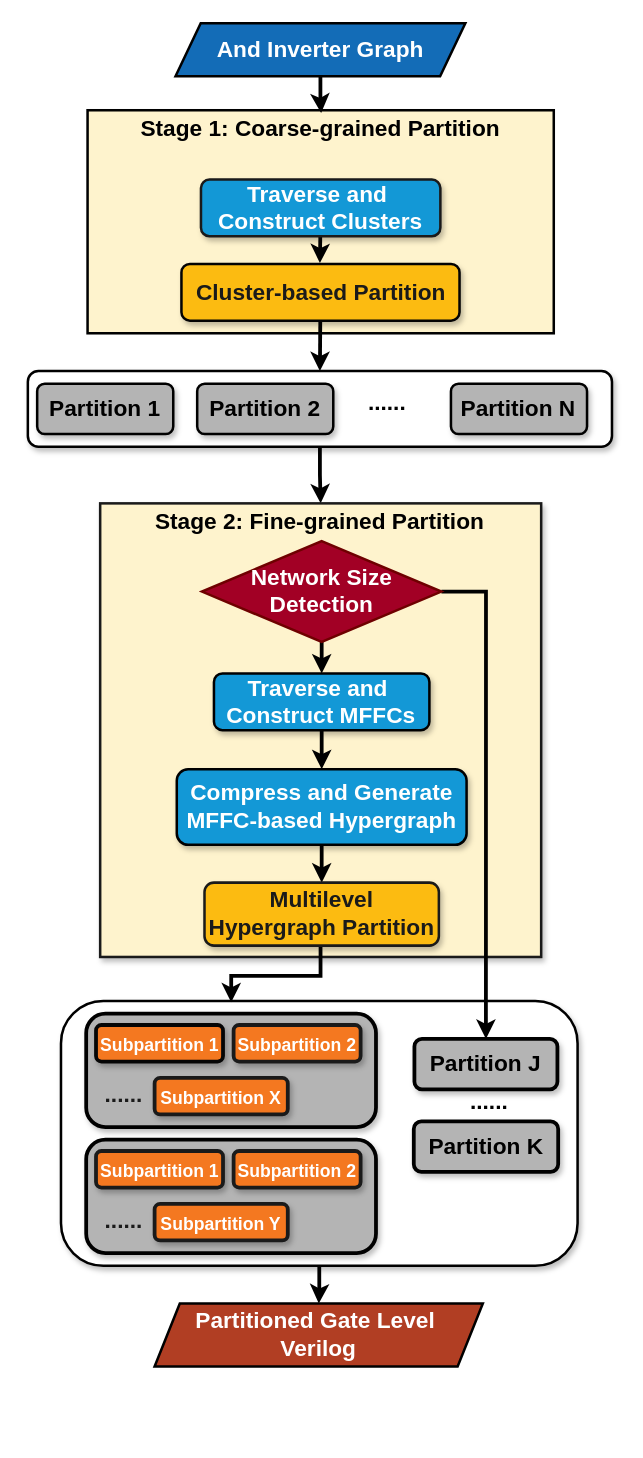
The draw.io diagram PartitionFlow.drawio in kxzhu0505/LogicSynOpt, before the edit. Source tidied: cells renumbered, new cells numbered last; positions are measured from the earlier drawing's top-left corner, leaving out a move shared by most shapes. Both pictures are drawn from the tidied source at 126%, with x=0, y=0 at pixel (28, 23).
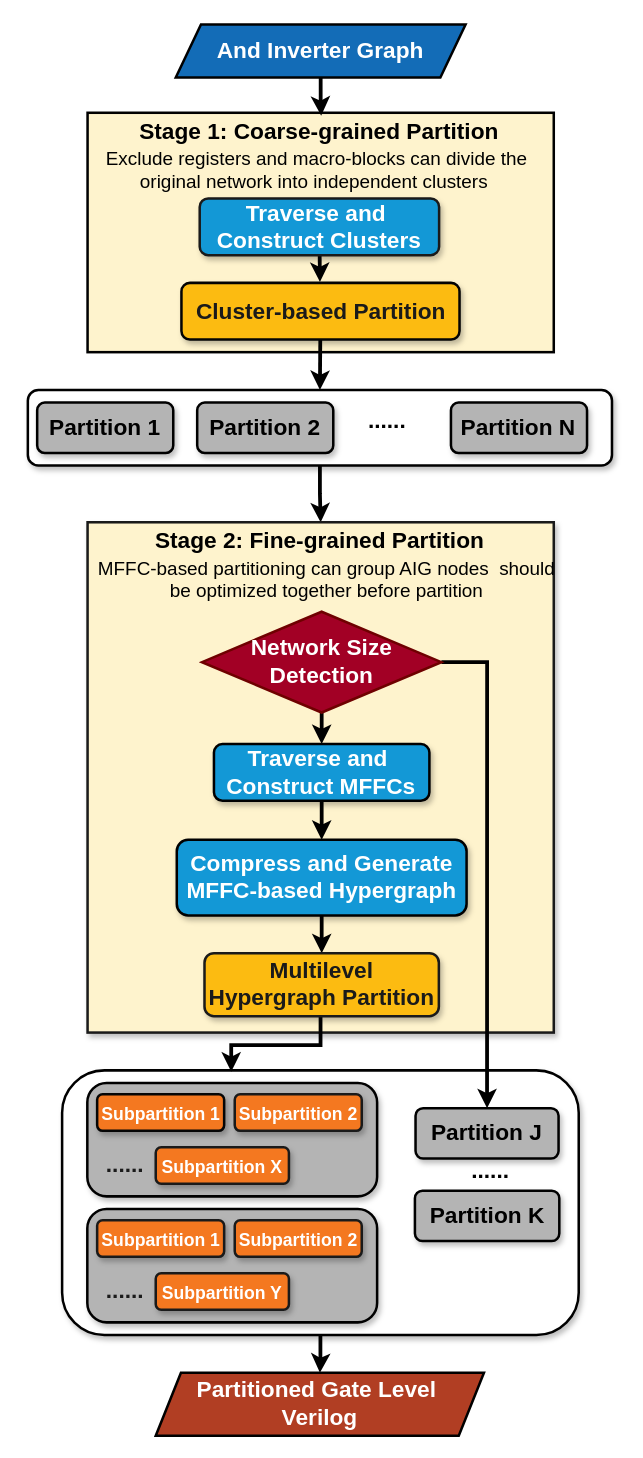
Above is the later version.

What changed in the source:
```diff
@@
     <mxCell id="2" style="edgeStyle=orthogonalEdgeStyle;rounded=0;jettySize=auto;html=1;strokeWidth=3;" parent="1" edge="1" source="3">
       <mxGeometry relative="1" as="geometry">
-        <mxPoint x="230.5" y="1016" as="targetPoint" />
+        <mxPoint x="231.4" y="1071" as="targetPoint" />
       </mxGeometry>
     </mxCell>
     <mxCell id="3" style="rounded=1;whiteSpace=wrap;html=1;shadow=1;strokeWidth=2;fontSize=18;arcSize=16;" parent="1" vertex="1">
-      <mxGeometry x="25.9" y="776" width="410" height="210" as="geometry" />
+      <mxGeometry x="26.8" y="831" width="410" height="210" as="geometry" />
     </mxCell>
@@
     <mxCell id="6" style="rounded=1;whiteSpace=wrap;html=1;shadow=1;strokeWidth=2;fontSize=18;arcSize=14;" parent="1" vertex="1">
-      <mxGeometry x="-0.4" y="276" width="463.6" height="60" as="geometry" />
+      <mxGeometry x="-0.4" y="291" width="463.6" height="60" as="geometry" />
     </mxCell>
     <mxCell id="7" value="&lt;font face=&quot;Helvetica&quot; style=&quot;font-size: 18px;&quot;&gt;Partition 1&lt;/font&gt;" style="rounded=1;whiteSpace=wrap;html=1;fontStyle=1;fontSize=18;strokeWidth=2;shadow=1;fillColor=#B4B4B4;" parent="1" vertex="1">
-      <mxGeometry x="7" y="286" width="108" height="40" as="geometry" />
+      <mxGeometry x="7" y="301" width="108" height="40" as="geometry" />
     </mxCell>
     <mxCell id="8" value="&lt;font face=&quot;Helvetica&quot; style=&quot;font-size: 18px;&quot;&gt;......&lt;/font&gt;" style="text;html=1;strokeColor=none;fillColor=none;align=center;verticalAlign=middle;whiteSpace=wrap;rounded=0;fontStyle=1;fontSize=18;strokeWidth=3;" parent="1" vertex="1">
-      <mxGeometry x="255" y="286" width="60" height="30" as="geometry" />
+      <mxGeometry x="255" y="301" width="60" height="30" as="geometry" />
     </mxCell>
     <mxCell id="9" value="&lt;font face=&quot;Helvetica&quot; style=&quot;font-size: 18px;&quot;&gt;Partition N&lt;/font&gt;" style="rounded=1;whiteSpace=wrap;html=1;fontStyle=1;fontSize=18;strokeWidth=2;shadow=1;fillColor=#B4B4B4;" parent="1" vertex="1">
-      <mxGeometry x="335.4" y="286" width="108" height="40" as="geometry" />
+      <mxGeometry x="335.4" y="301" width="108" height="40" as="geometry" />
     </mxCell>
     <mxCell id="10" value="&lt;font face=&quot;Helvetica&quot; style=&quot;font-size: 18px;&quot;&gt;Partition 2&lt;/font&gt;" style="rounded=1;whiteSpace=wrap;html=1;fontStyle=1;fontSize=18;strokeWidth=2;shadow=1;fillColor=#B4B4B4;" parent="1" vertex="1">
-      <mxGeometry x="134" y="286" width="108" height="40" as="geometry" />
+      <mxGeometry x="134" y="301" width="108" height="40" as="geometry" />
     </mxCell>
-    <mxCell id="11" style="rounded=1;whiteSpace=wrap;html=1;shadow=1;strokeWidth=3;fontSize=18;arcSize=17;fillColor=#B4B4B4;" parent="1" vertex="1">
-      <mxGeometry x="45.9" y="786" width="230" height="90" as="geometry" />
+    <mxCell id="11" style="rounded=1;whiteSpace=wrap;html=1;shadow=1;strokeWidth=2;fontSize=18;arcSize=17;fillColor=#B4B4B4;" parent="1" vertex="1">
+      <mxGeometry x="46.8" y="841" width="230" height="90" as="geometry" />
     </mxCell>
-    <mxCell id="12" value="&lt;font face=&quot;Helvetica&quot; style=&quot;font-size: 14px;&quot;&gt;Subpartition 1&lt;/font&gt;" style="rounded=1;whiteSpace=wrap;html=1;fontStyle=1;fontSize=18;strokeWidth=3;shadow=1;fillColor=#F47820;strokeColor=#050505;fontColor=#ffffff;" parent="1" vertex="1">
-      <mxGeometry x="53.7" y="795" width="100.8" height="29" as="geometry" />
+    <mxCell id="12" value="&lt;font face=&quot;Helvetica&quot; style=&quot;font-size: 14px;&quot;&gt;Subpartition 1&lt;/font&gt;" style="rounded=1;whiteSpace=wrap;html=1;fontStyle=1;fontSize=18;strokeWidth=2;shadow=1;fillColor=#F47820;strokeColor=#050505;fontColor=#ffffff;" parent="1" vertex="1">
+      <mxGeometry x="54.6" y="850" width="100.8" height="29" as="geometry" />
     </mxCell>
-    <mxCell id="13" value="&lt;font face=&quot;Helvetica&quot; style=&quot;font-size: 18px;&quot;&gt;Partition J&lt;/font&gt;" style="rounded=1;whiteSpace=wrap;html=1;fontStyle=1;fontSize=18;strokeWidth=3;shadow=1;fillColor=#B4B4B4;" parent="1" vertex="1">
-      <mxGeometry x="306.4" y="806" width="113.5" height="40" as="geometry" />
+    <mxCell id="13" value="&lt;font face=&quot;Helvetica&quot; style=&quot;font-size: 18px;&quot;&gt;Partition J&lt;/font&gt;" style="rounded=1;whiteSpace=wrap;html=1;fontStyle=1;fontSize=18;strokeWidth=2;shadow=1;fillColor=#B4B4B4;" parent="1" vertex="1">
+      <mxGeometry x="307.3" y="861" width="113.5" height="40" as="geometry" />
     </mxCell>
-    <mxCell id="14" value="&lt;font face=&quot;Helvetica&quot; style=&quot;font-size: 18px;&quot;&gt;Partition K&lt;/font&gt;" style="rounded=1;whiteSpace=wrap;html=1;fontStyle=1;fontSize=18;strokeWidth=3;shadow=1;fillColor=#B4B4B4;" parent="1" vertex="1">
-      <mxGeometry x="305.9" y="871.5" width="114.6" height="40" as="geometry" />
+    <mxCell id="14" value="&lt;font face=&quot;Helvetica&quot; style=&quot;font-size: 18px;&quot;&gt;Partition K&lt;/font&gt;" style="rounded=1;whiteSpace=wrap;html=1;fontStyle=1;fontSize=18;strokeWidth=2;shadow=1;fillColor=#B4B4B4;" parent="1" vertex="1">
+      <mxGeometry x="306.8" y="926.5" width="114.6" height="40" as="geometry" />
     </mxCell>
     <mxCell id="15" value="&lt;font color=&quot;#1a1a1a&quot; face=&quot;Helvetica&quot; style=&quot;font-size: 18px;&quot;&gt;......&lt;/font&gt;" style="text;html=1;strokeColor=none;fillColor=none;align=center;verticalAlign=middle;whiteSpace=wrap;rounded=0;fontStyle=1;fontSize=18;strokeWidth=3;" parent="1" vertex="1">
-      <mxGeometry x="45.9" y="836" width="60" height="30" as="geometry" />
+      <mxGeometry x="46.8" y="891" width="60" height="30" as="geometry" />
     </mxCell>
     <mxCell id="16" style="rounded=0;whiteSpace=wrap;html=1;strokeWidth=2;shadow=1;fillColor=#fef3cd;strokeColor=#1A1A1A;" parent="1" vertex="1">
-      <mxGeometry x="57" y="381" width="350" height="360" as="geometry" />
+      <mxGeometry x="47" y="396" width="370" height="405" as="geometry" />
     </mxCell>
     <mxCell id="17" value="&lt;b style=&quot;font-size: 18px;&quot;&gt;Stage 2:&amp;nbsp;&lt;/b&gt;&lt;span style=&quot;font-size: 18px;&quot;&gt;&lt;b&gt;Fine-grained Partition&lt;/b&gt;&lt;/span&gt;" style="text;html=1;align=center;verticalAlign=middle;whiteSpace=wrap;rounded=0;" parent="1" vertex="1">
-      <mxGeometry x="94.3" y="381" width="275" height="30" as="geometry" />
+      <mxGeometry x="94.3" y="396" width="275" height="30" as="geometry" />
     </mxCell>
@@
     <mxCell id="19" value="&lt;b style=&quot;&quot;&gt;&lt;font style=&quot;font-size: 18px;&quot;&gt;Traverse and&amp;nbsp; Construct MFFCs&lt;/font&gt;&lt;/b&gt;" style="rounded=1;whiteSpace=wrap;html=1;fillColor=#1398d6;strokeColor=#000000;strokeWidth=2;shadow=1;fontColor=#ffffff;" parent="1" vertex="1">
-      <mxGeometry x="147.3" y="516" width="171" height="45" as="geometry" />
+      <mxGeometry x="147.3" y="572" width="171" height="45" as="geometry" />
     </mxCell>
@@
     <mxCell id="21" value="&lt;b style=&quot;&quot;&gt;&lt;font style=&quot;font-size: 18px;&quot;&gt;Compress and Generate MFFC-based Hypergraph&lt;/font&gt;&lt;/b&gt;" style="rounded=1;whiteSpace=wrap;html=1;fillColor=#1398d6;strokeColor=#000000;strokeWidth=2;shadow=1;fontColor=#ffffff;" parent="1" vertex="1">
-      <mxGeometry x="117.8" y="592" width="230" height="60" as="geometry" />
+      <mxGeometry x="117.8" y="648" width="230" height="60" as="geometry" />
     </mxCell>
     <mxCell id="22" style="edgeStyle=orthogonalEdgeStyle;rounded=0;orthogonalLoop=1;jettySize=auto;html=1;strokeWidth=3;" parent="1" edge="1">
       <mxGeometry relative="1" as="geometry">
-        <mxPoint x="231.9" y="732" as="sourcePoint" />
-        <mxPoint x="161" y="777" as="targetPoint" />
+        <mxPoint x="231.9" y="787" as="sourcePoint" />
+        <mxPoint x="161" y="832" as="targetPoint" />
         <Array as="points">
-          <mxPoint x="232" y="756" />
-          <mxPoint x="161" y="756" />
+          <mxPoint x="232" y="811" />
+          <mxPoint x="161" y="811" />
         </Array>
       </mxGeometry>
     </mxCell>
     <mxCell id="23" value="&lt;b style=&quot;&quot;&gt;&lt;font color=&quot;#1a1a1a&quot; style=&quot;font-size: 18px;&quot;&gt;Multilevel Hypergraph Partition&lt;/font&gt;&lt;/b&gt;" style="rounded=1;whiteSpace=wrap;html=1;fillColor=#fcbb11;strokeColor=#1A1A1A;strokeWidth=2;shadow=1;fontColor=#ffffff;" parent="1" vertex="1">
-      <mxGeometry x="139.8" y="682" width="186" height="50" as="geometry" />
+      <mxGeometry x="139.8" y="738" width="186" height="50" as="geometry" />
     </mxCell>
     <mxCell id="24" style="rounded=0;whiteSpace=wrap;html=1;strokeWidth=2;fillColor=#FEF3CD;strokeColor=#000000;" parent="1" vertex="1">
-      <mxGeometry x="47" y="69" width="370" height="177" as="geometry" />
+      <mxGeometry x="47" y="71" width="370" height="190" as="geometry" />
     </mxCell>
     <mxCell id="25" value="&lt;span style=&quot;font-size: 18px; font-weight: 700;&quot;&gt;&lt;font color=&quot;#ffffff&quot;&gt;And Inverter Graph&lt;/font&gt;&lt;/span&gt;" style="shape=parallelogram;perimeter=parallelogramPerimeter;whiteSpace=wrap;html=1;fixedSize=1;fillColor=#136cb7;strokeColor=#000000;strokeWidth=2;" parent="1" vertex="1">
-      <mxGeometry x="116.8" width="230" height="42" as="geometry" />
+      <mxGeometry x="117" y="1" width="230" height="42" as="geometry" />
     </mxCell>
     <mxCell id="26" value="&lt;span style=&quot;font-size: 18px; font-weight: 700;&quot;&gt;Partitioned Gate Level&amp;nbsp;&lt;/span&gt;&lt;div&gt;&lt;span style=&quot;font-size: 18px; font-weight: 700;&quot;&gt;Verilog&lt;/span&gt;&lt;/div&gt;" style="shape=parallelogram;perimeter=parallelogramPerimeter;whiteSpace=wrap;html=1;fixedSize=1;fillColor=#b13e23;strokeColor=#000000;strokeWidth=2;fontColor=#ffffff;" parent="1" vertex="1">
-      <mxGeometry x="100.2" y="1016" width="260.5" height="50" as="geometry" />
+      <mxGeometry x="101.1" y="1071" width="260.5" height="50" as="geometry" />
     </mxCell>
     <mxCell id="27" value="&lt;br&gt;&lt;b style=&quot;forced-color-adjust: none; color: rgb(0, 0, 0); font-family: Helvetica; font-style: normal; font-variant-ligatures: normal; font-variant-caps: normal; letter-spacing: normal; orphans: 2; text-align: center; text-indent: 0px; text-transform: none; widows: 2; word-spacing: 0px; -webkit-text-stroke-width: 0px; white-space: normal; text-decoration-thickness: initial; text-decoration-style: initial; text-decoration-color: initial; font-size: 18px;&quot;&gt;Stage 1: Coarse-grained Partition&lt;/b&gt;&lt;div&gt;&lt;br/&gt;&lt;/div&gt;" style="text;html=1;align=center;verticalAlign=middle;whiteSpace=wrap;rounded=0;fillColor=none;" parent="1" vertex="1">
-      <mxGeometry x="66.8" y="69" width="330" height="30" as="geometry" />
+      <mxGeometry x="66.4" y="71" width="330" height="30" as="geometry" />
     </mxCell>
@@
     <mxCell id="29" value="&lt;b style=&quot;&quot;&gt;&lt;font style=&quot;font-size: 18px;&quot;&gt;Traverse and&amp;nbsp; Construct Clusters&lt;/font&gt;&lt;/b&gt;" style="rounded=1;whiteSpace=wrap;html=1;fillColor=#1398d6;strokeColor=#1A1A1A;strokeWidth=2;shadow=1;fontColor=#ffffff;" parent="1" vertex="1">
-      <mxGeometry x="137" y="124" width="190" height="45" as="geometry" />
+      <mxGeometry x="136" y="139" width="190" height="45" as="geometry" />
     </mxCell>
@@
     <mxCell id="31" value="&lt;font color=&quot;#1a1a1a&quot;&gt;&lt;b&gt;&lt;font style=&quot;font-size: 18px;&quot;&gt;Cluster-based&amp;nbsp;&lt;/font&gt;&lt;/b&gt;&lt;b style=&quot;&quot;&gt;&lt;font style=&quot;font-size: 18px;&quot;&gt;Partition&lt;/font&gt;&lt;/b&gt;&lt;/font&gt;" style="rounded=1;whiteSpace=wrap;html=1;fillColor=#fcbb11;strokeColor=#030303;strokeWidth=2;shadow=1;fontColor=#ffffff;" parent="1" vertex="1">
-      <mxGeometry x="121.5" y="191" width="220.7" height="45" as="geometry" />
+      <mxGeometry x="121.5" y="206" width="220.7" height="45" as="geometry" />
     </mxCell>
@@
     <mxCell id="34" style="edgeStyle=orthogonalEdgeStyle;rounded=0;jettySize=auto;html=1;strokeWidth=3;entryX=0.5;entryY=0;entryDx=0;entryDy=0;" parent="1" edge="1" source="35" target="13">
       <mxGeometry relative="1" as="geometry">
         <Array as="points">
-          <mxPoint x="364" y="451" />
+          <mxPoint x="364" y="507" />
         </Array>
       </mxGeometry>
     </mxCell>
     <mxCell id="35" value="&lt;font style=&quot;font-size: 18px;&quot;&gt;&lt;b&gt;Network Size&lt;/b&gt;&lt;/font&gt;&lt;div style=&quot;font-size: 18px;&quot;&gt;&lt;font style=&quot;font-size: 18px;&quot;&gt;&lt;b&gt;Detection&lt;/b&gt;&lt;/font&gt;&lt;/div&gt;" style="rhombus;whiteSpace=wrap;html=1;fillColor=#a20025;strokeColor=#6F0000;strokeWidth=2;fontColor=#ffffff;" parent="1" vertex="1">
-      <mxGeometry x="137.8" y="411" width="190" height="80" as="geometry" />
+      <mxGeometry x="137.8" y="467" width="190" height="80" as="geometry" />
     </mxCell>
-    <mxCell id="36" value="&lt;font face=&quot;Helvetica&quot; style=&quot;font-size: 14px;&quot;&gt;Subpartition 2&lt;/font&gt;" style="rounded=1;whiteSpace=wrap;html=1;fillColor=#F47820;strokeColor=#1A1A1A;fontStyle=1;fontSize=18;strokeWidth=3;shadow=1;fontColor=#ffffff;" parent="1" vertex="1">
-      <mxGeometry x="162.9" y="795" width="100.8" height="29" as="geometry" />
+    <mxCell id="36" value="&lt;font face=&quot;Helvetica&quot; style=&quot;font-size: 14px;&quot;&gt;Subpartition 2&lt;/font&gt;" style="rounded=1;whiteSpace=wrap;html=1;fillColor=#F47820;strokeColor=#1A1A1A;fontStyle=1;fontSize=18;strokeWidth=2;shadow=1;fontColor=#ffffff;" parent="1" vertex="1">
+      <mxGeometry x="163.8" y="850" width="100.8" height="29" as="geometry" />
     </mxCell>
-    <mxCell id="37" value="&lt;font face=&quot;Helvetica&quot; style=&quot;font-size: 14px;&quot;&gt;Subpartition X&lt;/font&gt;" style="rounded=1;whiteSpace=wrap;html=1;fillColor=#F47820;strokeColor=#1A1A1A;fontStyle=1;fontSize=18;strokeWidth=3;shadow=1;fontColor=#ffffff;" parent="1" vertex="1">
-      <mxGeometry x="100.2" y="837" width="105.7" height="29" as="geometry" />
+    <mxCell id="37" value="&lt;font face=&quot;Helvetica&quot; style=&quot;font-size: 14px;&quot;&gt;Subpartition X&lt;/font&gt;" style="rounded=1;whiteSpace=wrap;html=1;fillColor=#F47820;strokeColor=#1A1A1A;fontStyle=1;fontSize=18;strokeWidth=2;shadow=1;fontColor=#ffffff;" parent="1" vertex="1">
+      <mxGeometry x="101.1" y="892" width="105.7" height="29" as="geometry" />
     </mxCell>
-    <mxCell id="38" style="rounded=1;whiteSpace=wrap;html=1;shadow=1;strokeWidth=3;fontSize=18;arcSize=17;fillColor=#B4B4B4;" parent="1" vertex="1">
-      <mxGeometry x="45.9" y="886" width="230" height="90" as="geometry" />
+    <mxCell id="38" style="rounded=1;whiteSpace=wrap;html=1;shadow=1;strokeWidth=2;fontSize=18;arcSize=17;fillColor=#B4B4B4;" parent="1" vertex="1">
+      <mxGeometry x="46.8" y="941" width="230" height="90" as="geometry" />
     </mxCell>
-    <mxCell id="39" value="&lt;font face=&quot;Helvetica&quot; style=&quot;font-size: 14px;&quot;&gt;Subpartition 1&lt;/font&gt;" style="rounded=1;whiteSpace=wrap;html=1;fillColor=#F47820;strokeColor=#1A1A1A;fontStyle=1;fontSize=18;strokeWidth=3;shadow=1;fontColor=#ffffff;" parent="1" vertex="1">
-      <mxGeometry x="53.7" y="895" width="100.8" height="29" as="geometry" />
+    <mxCell id="39" value="&lt;font face=&quot;Helvetica&quot; style=&quot;font-size: 14px;&quot;&gt;Subpartition 1&lt;/font&gt;" style="rounded=1;whiteSpace=wrap;html=1;fillColor=#F47820;strokeColor=#1A1A1A;fontStyle=1;fontSize=18;strokeWidth=2;shadow=1;fontColor=#ffffff;" parent="1" vertex="1">
+      <mxGeometry x="54.6" y="950" width="100.8" height="29" as="geometry" />
     </mxCell>
     <mxCell id="40" value="&lt;font color=&quot;#1a1a1a&quot; face=&quot;Helvetica&quot; style=&quot;font-size: 18px;&quot;&gt;......&lt;/font&gt;" style="text;html=1;strokeColor=none;fillColor=none;align=center;verticalAlign=middle;whiteSpace=wrap;rounded=0;fontStyle=1;fontSize=18;strokeWidth=3;" parent="1" vertex="1">
-      <mxGeometry x="45.9" y="936" width="60" height="30" as="geometry" />
+      <mxGeometry x="46.8" y="991" width="60" height="30" as="geometry" />
     </mxCell>
-    <mxCell id="41" value="&lt;font face=&quot;Helvetica&quot; style=&quot;font-size: 14px;&quot;&gt;Subpartition 2&lt;/font&gt;" style="rounded=1;whiteSpace=wrap;html=1;fillColor=#F47820;strokeColor=#1A1A1A;fontStyle=1;fontSize=18;strokeWidth=3;shadow=1;fontColor=#ffffff;" parent="1" vertex="1">
-      <mxGeometry x="162.9" y="895" width="100.8" height="29" as="geometry" />
+    <mxCell id="41" value="&lt;font face=&quot;Helvetica&quot; style=&quot;font-size: 14px;&quot;&gt;Subpartition 2&lt;/font&gt;" style="rounded=1;whiteSpace=wrap;html=1;fillColor=#F47820;strokeColor=#1A1A1A;fontStyle=1;fontSize=18;strokeWidth=2;shadow=1;fontColor=#ffffff;" parent="1" vertex="1">
+      <mxGeometry x="163.8" y="950" width="100.8" height="29" as="geometry" />
     </mxCell>
-    <mxCell id="42" value="&lt;font face=&quot;Helvetica&quot; style=&quot;font-size: 14px;&quot;&gt;Subpartition Y&lt;/font&gt;" style="rounded=1;whiteSpace=wrap;html=1;fillColor=#F47820;strokeColor=#1A1A1A;fontStyle=1;fontSize=18;strokeWidth=3;shadow=1;fontColor=#ffffff;" parent="1" vertex="1">
-      <mxGeometry x="100.2" y="937" width="105.7" height="29" as="geometry" />
+    <mxCell id="42" value="&lt;font face=&quot;Helvetica&quot; style=&quot;font-size: 14px;&quot;&gt;Subpartition Y&lt;/font&gt;" style="rounded=1;whiteSpace=wrap;html=1;fillColor=#F47820;strokeColor=#1A1A1A;fontStyle=1;fontSize=18;strokeWidth=2;shadow=1;fontColor=#ffffff;" parent="1" vertex="1">
+      <mxGeometry x="101.1" y="992" width="105.7" height="29" as="geometry" />
     </mxCell>
     <mxCell id="43" value="&lt;font face=&quot;Helvetica&quot; style=&quot;font-size: 18px;&quot;&gt;......&lt;/font&gt;" style="text;html=1;strokeColor=none;fillColor=none;align=center;verticalAlign=middle;whiteSpace=wrap;rounded=0;fontStyle=1;fontSize=18;strokeWidth=3;" parent="1" vertex="1">
-      <mxGeometry x="336.3" y="840.5" width="60" height="30" as="geometry" />
+      <mxGeometry x="337.2" y="895.5" width="60" height="30" as="geometry" />
     </mxCell>
+    <mxCell id="44" value="&lt;font style=&quot;font-size: 15px;&quot;&gt;&amp;nbsp;Exclude registers and macro-blocks can divide the original network into independent clusters&lt;/font&gt;" style="text;html=1;align=center;verticalAlign=middle;whiteSpace=wrap;rounded=0;" parent="1" vertex="1">
+      <mxGeometry x="37" y="101" width="380" height="30" as="geometry" />
+    </mxCell>
+    <mxCell id="45" value="&lt;font style=&quot;font-size: 15px;&quot;&gt;MFFC-based partitioning can group AIG nodes&amp;nbsp; should be optimized together before partition&lt;/font&gt;" style="text;html=1;align=center;verticalAlign=middle;whiteSpace=wrap;rounded=0;" parent="1" vertex="1">
+      <mxGeometry x="46.8" y="426" width="380" height="30" as="geometry" />
+    </mxCell>
```
